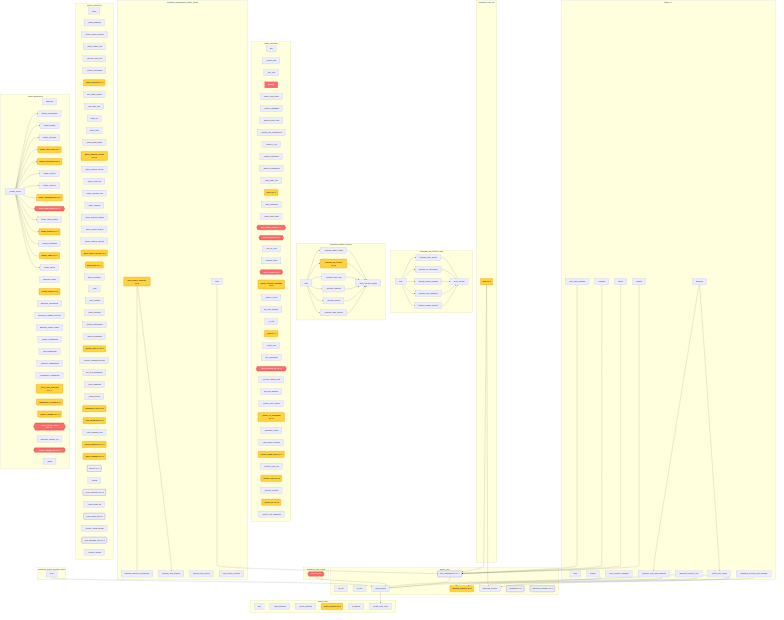
Before: project/flow.png, a diagram exported from Mermaid (wronai/todocs). Its source is kept beside it as project/flow.mmd.
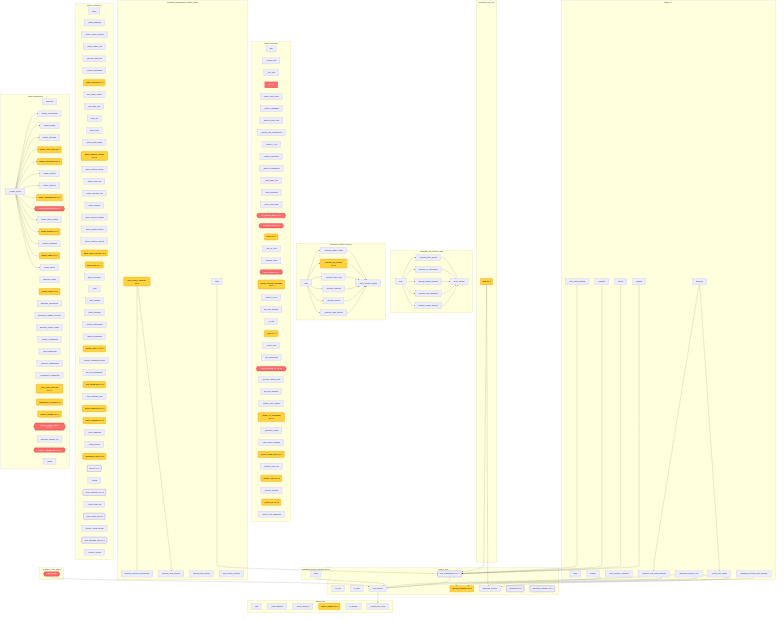
The same file after the commit.

Diff of the diagram source:
```diff
@@ -49,12 +49,12 @@
         todocs___detect_frameworks["_detect_frameworks"]
         todocs___read_deps_text["_read_deps_text"]
         todocs____init__["__init__"]
-        todocs__analyzers__maturity__MaturityScorer__score("score CC=14")
-        todocs____init__["__init__"]
         todocs___load_pyproject["_load_pyproject"]
         todocs___parse_dep_name["_parse_dep_name"]
         todocs__get_runtime_deps{{get_runtime_deps CC=17}}
         todocs__get_dev_deps{{get_dev_deps CC=18}}
+        todocs____init__["__init__"]
+        todocs__analyzers__maturity__MaturityScorer__score("score CC=14")
         todocs____init__["__init__"]
         todocs___should_skip["_should_skip"]
         todocs___iter_py_files["_iter_py_files"]
@@ -149,15 +149,15 @@
         todocs__get_first_paragraph["get_first_paragraph"]
         todocs____init__["__init__"]
         todocs__parse["parse"]
-        todocs___find_changelog["_find_changelog"]
-        todocs___parse_entries["_parse_entries"]
-        todocs___summarize_entry("_summarize_entry CC=9")
-        todocs____init__["__init__"]
-        todocs__parse["parse"]
         todocs___find_dockerfiles("_find_dockerfiles CC=8")
         todocs___find_compose_files["_find_compose_files"]
         todocs___parse_dockerfile("_parse_dockerfile CC=10")
         todocs___parse_compose("_parse_compose CC=13")
+        todocs____init__["__init__"]
+        todocs__parse["parse"]
+        todocs___find_changelog["_find_changelog"]
+        todocs___parse_entries["_parse_entries"]
+        todocs___summarize_entry("_summarize_entry CC=9")
         todocs____init__["__init__"]
         todocs__extract("extract CC=9")
         todocs___merge["_merge"]
@@ -212,9 +212,11 @@
         todocs__utils__GitignoreParser__is_ignored["is_ignored"]
         todocs__utils__create_scan_filter["create_scan_filter"]
     end
+    examples__scan_single__main --> todocs__core__scan_project
+    examples__print_health_summary --> examples__analyze_maturity_distribution
+    examples__print_health_summary --> examples__analyze_code_metrics
+    examples__organization_health_report__main --> todocs__core__scan_organization
     examples__article_sections_demo__main --> todocs__core__scan_project
-    examples__scan_org__main --> todocs__core__scan_organization
-    examples__scan_org__main --> todocs__core__generate_articles
     examples__custom_analysis___analyze_import_graph --> examples__custom_analysis___print_section_header
     examples__custom_analysis___analyze_api_surface --> examples__custom_analysis___print_section_header
     examples__custom_analysis___analyze_toon_files --> examples__custom_analysis___print_section_header
@@ -227,7 +229,8 @@
     examples__custom_analysis__main --> examples__custom_analysis___analyze_makefile
     examples__custom_analysis__main --> examples__custom_analysis___analyze_docker
     examples__custom_analysis__main --> examples__custom_analysis___analyze_code_metrics
-    examples__scan_single__main --> todocs__core__scan_project
+    examples__scan_org__main --> todocs__core__scan_organization
+    examples__scan_org__main --> todocs__core__generate_articles
     examples__api_surface_deep__analyze_entry_points --> examples__api_surface_deep__print_section
     examples__api_surface_deep__analyze_cli_commands --> examples__api_surface_deep__print_section
     examples__api_surface_deep__analyze_public_symbols --> examples__api_surface_deep__print_section
@@ -238,9 +241,6 @@
     examples__api_surface_deep__main --> examples__api_surface_deep__analyze_public_symbols
     examples__api_surface_deep__main --> examples__api_surface_deep__analyze_rest_endpoints
     examples__api_surface_deep__main --> examples__api_surface_deep__analyze_symbol_sources
-    examples__print_health_summary --> examples__analyze_maturity_distribution
-    examples__print_health_summary --> examples__analyze_code_metrics
-    examples__organization_health_report__main --> todocs__core__scan_organization
     todocs__cli__generate --> todocs__cli___write_json_report
     todocs__cli__generate --> todocs__cli___discover_and_show_progress
     todocs__cli___discover_and_show_progress --> todocs__core___discover_projects
@@ -273,4 +273,4 @@
     classDef highCC fill:#ff6b6b,stroke:#c92a2a,color:#fff
     classDef medCC fill:#ffd43b,stroke:#f08c00,color:#000
     class examples__scan_single__main,todocs__render_api_surface,todocs___render_health_report,todocs___render_readme_list,todocs__get_runtime_deps,todocs__get_dev_deps,todocs__build_graph,todocs__analyze,todocs___parse_module_ast highCC
-    class examples__scan_org__main,examples__custom_analysis___analyze_api_surface,examples__print_health_summary,todocs___parse_taskfile,todocs___parse_modules_section,todocs___parse_layers_section,todocs__parse_flow,todocs___extract_post_h1,todocs___summarize_entry,todocs___find_dockerfiles,todocs___parse_dockerfile,todocs___parse_compose,todocs___render_index,todocs__render_tech_stack,todocs__render_architecture,todocs__render_dependencies,todocs__render_docker,todocs__generators__article_sections__render_usage,todocs__utils__GitignoreParser___match_pattern,todocs___tech_stack_overview,todocs___dependency_overlap,todocs___render_category,todocs__analyzers__maturity__MaturityScorer__score,todocs___detect_internal_packages,todocs___scan,todocs___detect_cli_commands,todocs___collect_target_files,todocs___extract_class,todocs___extract_all,todocs__core___discover_projects medCC
+    class examples__print_health_summary,examples__custom_analysis___analyze_api_surface,examples__scan_org__main,todocs___parse_taskfile,todocs___parse_modules_section,todocs___parse_layers_section,todocs__parse_flow,todocs___extract_post_h1,todocs___find_dockerfiles,todocs___parse_dockerfile,todocs___parse_compose,todocs___summarize_entry,todocs___render_index,todocs__render_tech_stack,todocs__render_architecture,todocs__render_dependencies,todocs__render_docker,todocs__generators__article_sections__render_usage,todocs__utils__GitignoreParser___match_pattern,todocs___tech_stack_overview,todocs___dependency_overlap,todocs___render_category,todocs__analyzers__maturity__MaturityScorer__score,todocs___detect_internal_packages,todocs___scan,todocs___detect_cli_commands,todocs___collect_target_files,todocs___extract_class,todocs___extract_all,todocs__core___discover_projects medCC
```
